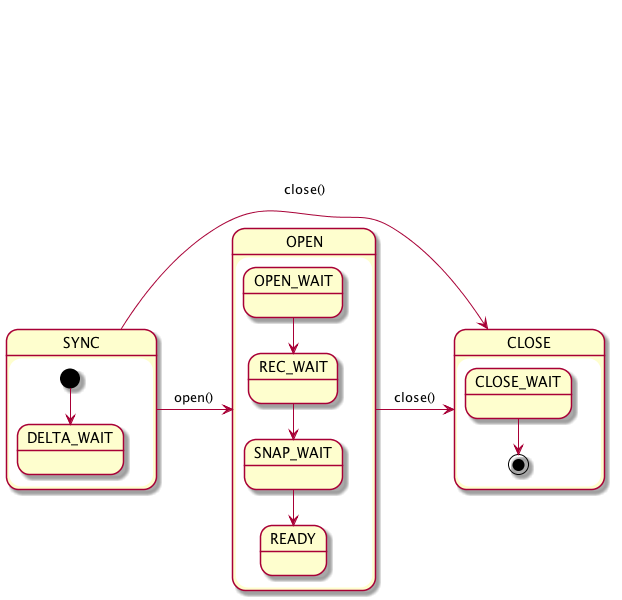
Above: image/SessState.png in Axin2015/swirly-cpp (PlantUML), before the change.
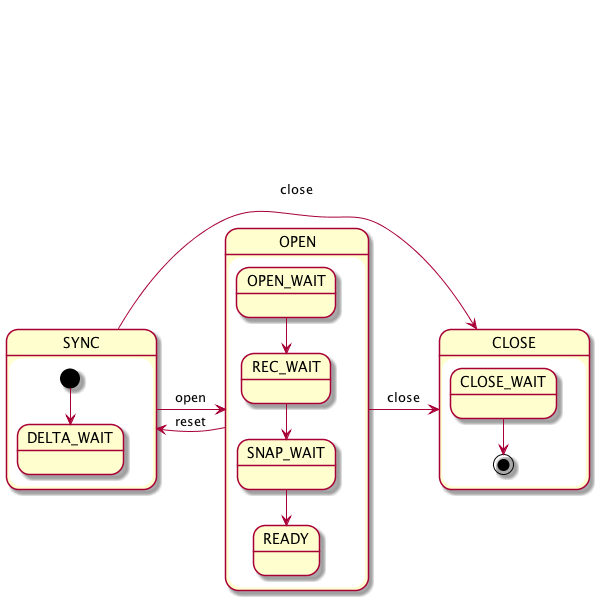
After the change.

Commit message:
Add reset handler.

Diff of the diagram source:
```diff
@@ -1,8 +1,9 @@
 @startuml
 
-SYNC -> OPEN : open()
-SYNC -> CLOSE : close()
-OPEN -> CLOSE : close()
+SYNC -> OPEN : open
+SYNC -> CLOSE : close
+OPEN -> SYNC : reset
+OPEN -> CLOSE : close
 
 state SYNC {
   [*] --> DELTA_WAIT
```
